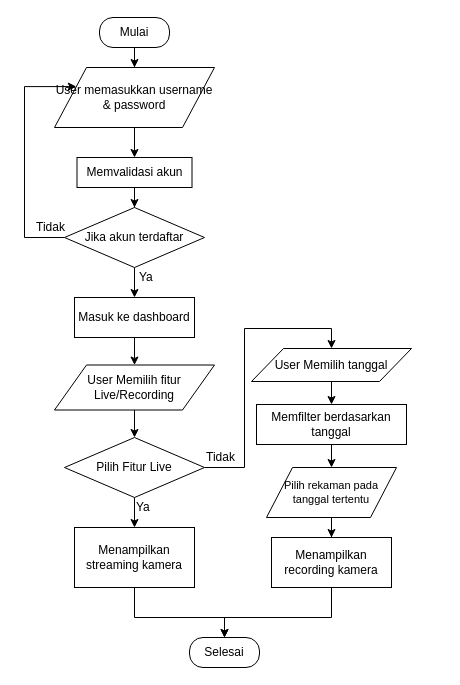
Before: flowchart.drawio in diyanyagari/curriculum_vitae, a draw.io diagram. Source tidied: cells renumbered, new cells numbered last; positions are measured from the earlier drawing's top-left corner, leaving out a move shared by most shapes. Both pictures are drawn from the tidied source at 100%, with x=0, y=0 at pixel (24, 17).
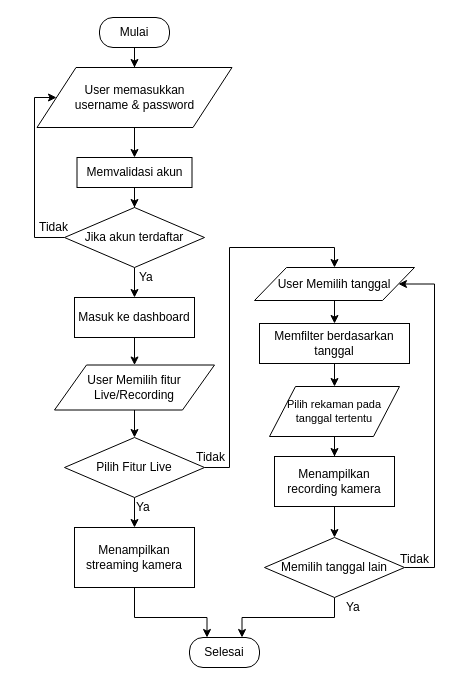
The same diagram, later.

The change refers to these unchanged cells:
```xml
<mxCell id="6" value="Pilih Fitur Live" style="rhombus;whiteSpace=wrap;html=1;" parent="1" vertex="1">
  <mxGeometry x="40" y="420" width="140" height="60" as="geometry" />
</mxCell>
<mxCell id="8" value="Menampilkan streaming kamera" style="rounded=0;whiteSpace=wrap;html=1;" parent="1" vertex="1">
  <mxGeometry x="50" y="510" width="120" height="60" as="geometry" />
</mxCell>
<mxCell id="16" value="Mulai" style="rounded=1;whiteSpace=wrap;html=1;glass=0;arcSize=45;" parent="1" vertex="1">
  <mxGeometry x="75" width="70" height="30" as="geometry" />
</mxCell>
<mxCell id="19" value="Jika akun terdaftar" style="rhombus;whiteSpace=wrap;html=1;" parent="1" vertex="1">
  <mxGeometry x="40" y="190" width="140" height="60" as="geometry" />
</mxCell>
<mxCell id="32" value="Selesai" style="rounded=1;whiteSpace=wrap;html=1;glass=0;arcSize=45;" parent="1" vertex="1">
  <mxGeometry x="165" y="620" width="70" height="30" as="geometry" />
</mxCell>
```

Diff of the diagram source:
```diff
@@
-    <mxCell id="5" style="edgeStyle=orthogonalEdgeStyle;rounded=0;jettySize=auto;html=1;entryX=0.5;entryY=0;entryDx=0;entryDy=0;fontSize=11;" parent="1" edge="1" source="6" target="27">
-      <mxGeometry relative="1" as="geometry">
-        <Array as="points">
-          <mxPoint x="220" y="450" />
-          <mxPoint x="220" y="311" />
-          <mxPoint x="307" y="311" />
-        </Array>
-      </mxGeometry>
+    <mxCell id="5" style="edgeStyle=orthogonalEdgeStyle;rounded=0;jettySize=auto;html=1;entryX=0.5;entryY=0;entryDx=0;entryDy=0;" parent="1" edge="1" source="6" target="27">
+      <mxGeometry relative="1" as="geometry" />
     </mxCell>
@@
-    <mxCell id="7" style="edgeStyle=orthogonalEdgeStyle;rounded=0;jettySize=auto;html=1;entryX=0.5;entryY=0;entryDx=0;entryDy=0;fontSize=11;" parent="1" edge="1" source="8" target="32">
+    <mxCell id="7" style="edgeStyle=orthogonalEdgeStyle;rounded=0;jettySize=auto;html=1;entryX=0.25;entryY=0;entryDx=0;entryDy=0;" parent="1" edge="1" source="8" target="32">
       <mxGeometry relative="1" as="geometry">
         <Array as="points">
           <mxPoint x="110" y="600" />
-          <mxPoint x="200" y="600" />
+          <mxPoint x="183" y="600" />
         </Array>
       </mxGeometry>
     </mxCell>
@@
-    <mxCell id="9" style="edgeStyle=orthogonalEdgeStyle;rounded=0;jettySize=auto;html=1;fontSize=11;" parent="1" edge="1" source="10">
-      <mxGeometry relative="1" as="geometry">
-        <mxPoint x="200" y="620" as="targetPoint" />
-        <Array as="points">
-          <mxPoint x="307" y="600" />
-          <mxPoint x="200" y="600" />
-        </Array>
-      </mxGeometry>
-    </mxCell>
+    <mxCell id="33" style="edgeStyle=orthogonalEdgeStyle;rounded=0;jettySize=auto;html=1;" parent="1" edge="1" source="10" target="36">
+      <mxGeometry relative="1" as="geometry" />
+    </mxCell>
     <mxCell id="10" value="Menampilkan recording kamera" style="rounded=0;whiteSpace=wrap;html=1;" parent="1" vertex="1">
-      <mxGeometry x="247" y="520" width="120" height="50" as="geometry" />
+      <mxGeometry x="250" y="439" width="120" height="50" as="geometry" />
     </mxCell>
@@
     <mxCell id="12" value="Memfilter berdasarkan tanggal" style="rounded=0;whiteSpace=wrap;html=1;" parent="1" vertex="1">
-      <mxGeometry x="232" y="387" width="150" height="40" as="geometry" />
+      <mxGeometry x="235" y="306" width="150" height="40" as="geometry" />
     </mxCell>
@@
-    <mxCell id="14" value="User memasukkan username &amp;amp; password&lt;br&gt;" style="shape=parallelogram;perimeter=parallelogramPerimeter;whiteSpace=wrap;html=1;" parent="1" vertex="1">
-      <mxGeometry x="30" y="50" width="160" height="60" as="geometry" />
+    <mxCell id="14" value="User memasukkan &lt;br&gt;username &amp;amp; password" style="shape=parallelogram;perimeter=parallelogramPerimeter;whiteSpace=wrap;html=1;" parent="1" vertex="1">
+      <mxGeometry x="12.5" y="50" width="195" height="60" as="geometry" />
     </mxCell>
-    <mxCell id="15" style="edgeStyle=orthogonalEdgeStyle;rounded=0;jettySize=auto;html=1;" parent="1" edge="1" source="16" target="14">
+    <mxCell id="15" style="edgeStyle=orthogonalEdgeStyle;rounded=0;jettySize=auto;html=1;entryX=0.5;entryY=0;entryDx=0;entryDy=0;" parent="1" edge="1" source="16" target="14">
       <mxGeometry relative="1" as="geometry" />
     </mxCell>
@@
-    <mxCell id="18" style="edgeStyle=orthogonalEdgeStyle;rounded=0;jettySize=auto;html=1;entryX=0;entryY=0.25;entryDx=0;entryDy=0;" parent="1" edge="1" source="19" target="14">
+    <mxCell id="18" style="edgeStyle=orthogonalEdgeStyle;rounded=0;jettySize=auto;html=1;entryX=0;entryY=0.5;entryDx=0;entryDy=0;" parent="1" edge="1" source="19" target="14">
       <mxGeometry relative="1" as="geometry">
         <Array as="points">
-          <mxPoint y="220" />
-          <mxPoint y="69" />
+          <mxPoint x="10" y="220" />
+          <mxPoint x="10" y="80" />
         </Array>
       </mxGeometry>
     </mxCell>
@@
     <mxCell id="25" value="Tidak" style="text;html=1;align=left;verticalAlign=top;spacingTop=-4;" parent="1" vertex="1">
-      <mxGeometry x="10" y="200" width="40" height="20" as="geometry" />
+      <mxGeometry x="12.5" y="200" width="40" height="20" as="geometry" />
     </mxCell>
@@
     <mxCell id="27" value="User Memilih tanggal" style="shape=parallelogram;perimeter=parallelogramPerimeter;whiteSpace=wrap;html=1;" parent="1" vertex="1">
-      <mxGeometry x="227" y="331" width="160" height="33" as="geometry" />
+      <mxGeometry x="230" y="250" width="160" height="33" as="geometry" />
     </mxCell>
@@
     <mxCell id="29" value="Pilih rekaman pada tanggal tertentu" style="shape=parallelogram;perimeter=parallelogramPerimeter;whiteSpace=wrap;html=1;fontSize=11;align=center;" parent="1" vertex="1">
-      <mxGeometry x="242" y="450" width="130" height="50" as="geometry" />
+      <mxGeometry x="245" y="369" width="130" height="50" as="geometry" />
     </mxCell>
     <mxCell id="30" value="Tidak" style="text;html=1;align=left;verticalAlign=top;spacingTop=-4;" parent="1" vertex="1">
-      <mxGeometry x="180" y="430" width="40" height="20" as="geometry" />
+      <mxGeometry x="170" y="430" width="40" height="20" as="geometry" />
     </mxCell>
@@
+    <mxCell id="34" style="edgeStyle=orthogonalEdgeStyle;rounded=0;jettySize=auto;html=1;entryX=0.75;entryY=0;entryDx=0;entryDy=0;" parent="1" edge="1" source="36" target="32">
+      <mxGeometry relative="1" as="geometry">
+        <Array as="points">
+          <mxPoint x="310" y="600" />
+          <mxPoint x="217" y="600" />
+        </Array>
+      </mxGeometry>
+    </mxCell>
+    <mxCell id="35" style="edgeStyle=orthogonalEdgeStyle;rounded=0;jettySize=auto;html=1;entryX=1;entryY=0.5;entryDx=0;entryDy=0;" parent="1" edge="1" source="36" target="27">
+      <mxGeometry relative="1" as="geometry">
+        <Array as="points">
+          <mxPoint x="410" y="550" />
+          <mxPoint x="410" y="267" />
+        </Array>
+      </mxGeometry>
+    </mxCell>
+    <mxCell id="36" value="Memilih tanggal lain" style="rhombus;whiteSpace=wrap;html=1;" parent="1" vertex="1">
+      <mxGeometry x="240" y="520" width="140" height="60" as="geometry" />
+    </mxCell>
+    <mxCell id="37" value="Tidak" style="text;html=1;align=left;verticalAlign=top;spacingTop=-4;" parent="1" vertex="1">
+      <mxGeometry x="374" y="532" width="40" height="20" as="geometry" />
+    </mxCell>
+    <mxCell id="38" value="Ya" style="text;html=1;align=left;verticalAlign=top;spacingTop=-4;" parent="1" vertex="1">
+      <mxGeometry x="320" y="580" width="30" height="20" as="geometry" />
+    </mxCell>
```
